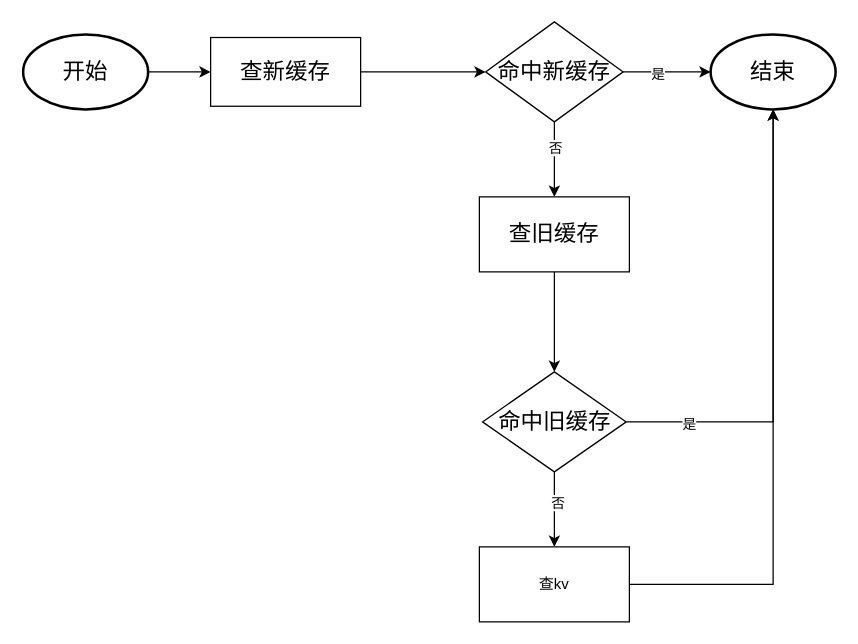
chuchugao2/graph keeps this draw.io diagram as page "缓存流程图" (4 of 4) of CaseStudy.drawio. Above is the earlier version. Source tidied: cells renumbered, new cells numbered last; positions are measured from the earlier drawing's top-left corner, leaving out a move shared by most shapes. Both pictures are drawn from the tidied source at 125%, with x=0, y=0 at pixel (22, 21).
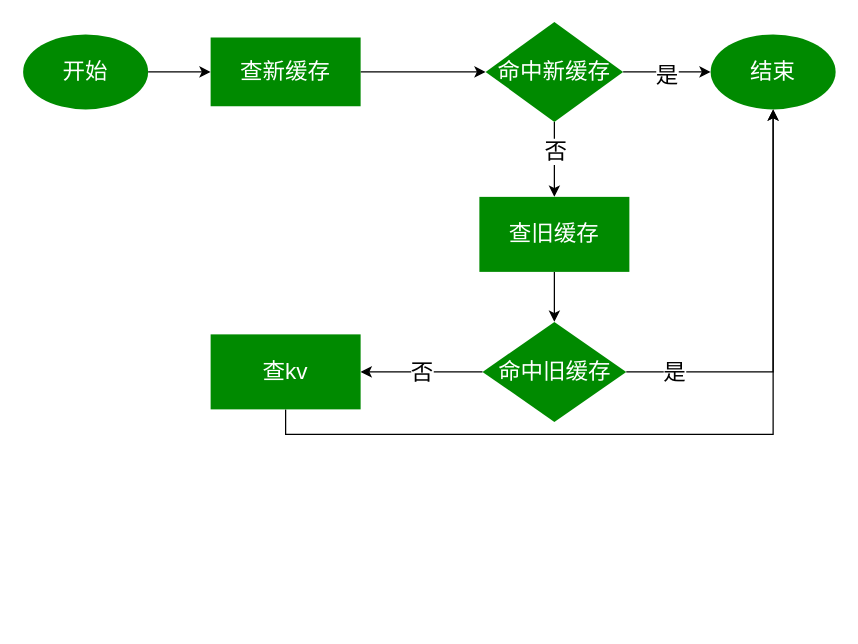
Above is the later version.

Diff of the diagram source:
```diff
@@
-    <mxCell id="2" style="edgeStyle=orthogonalEdgeStyle;rounded=0;jettySize=auto;html=1;exitX=1;exitY=0.5;exitDx=0;exitDy=0;exitPerimeter=0;" parent="1" edge="1" source="3" target="5">
+    <mxCell id="2" style="edgeStyle=orthogonalEdgeStyle;rounded=0;jettySize=auto;html=1;exitX=1;exitY=0.5;exitDx=0;exitDy=0;exitPerimeter=0;fontSize=18;" parent="1" edge="1" source="3" target="5">
       <mxGeometry relative="1" as="geometry" />
     </mxCell>
-    <mxCell id="3" value="开始" style="strokeWidth=2;html=1;shape=mxgraph.flowchart.start_1;whiteSpace=wrap;fontSize=18;" parent="1" vertex="1">
+    <mxCell id="3" value="&lt;font style=&quot;color: light-dark(rgb(255, 255, 255), rgb(237, 237, 237));&quot;&gt;开始&lt;/font&gt;" style="strokeWidth=2;html=1;shape=mxgraph.flowchart.start_1;whiteSpace=wrap;fontSize=18;labelBackgroundColor=none;fillColor=light-dark(#008a00, #57ad68);fontColor=default;strokeColor=none;labelBorderColor=none;" parent="1" vertex="1">
       <mxGeometry y="10" width="100" height="60" as="geometry" />
     </mxCell>
-    <mxCell id="4" style="edgeStyle=orthogonalEdgeStyle;rounded=0;jettySize=auto;html=1;" parent="1" edge="1" source="5" target="10">
+    <mxCell id="4" style="edgeStyle=orthogonalEdgeStyle;rounded=0;jettySize=auto;html=1;exitX=1;exitY=0.5;exitDx=0;exitDy=0;fontSize=18;strokeWidth=1;" parent="1" edge="1" source="5" target="10">
       <mxGeometry relative="1" as="geometry" />
     </mxCell>
-    <mxCell id="5" value="查新缓存" style="rounded=0;whiteSpace=wrap;html=1;fontSize=18;" parent="1" vertex="1">
+    <mxCell id="5" value="&lt;font style=&quot;color: light-dark(rgb(255, 255, 255), rgb(237, 237, 237));&quot;&gt;查新缓存&lt;/font&gt;" style="rounded=0;whiteSpace=wrap;html=1;fontSize=18;fillColor=light-dark(#008a00, #57ad68);strokeWidth=2;align=center;verticalAlign=middle;fontFamily=Helvetica;fontColor=default;labelBorderColor=none;labelBackgroundColor=none;strokeColor=none;" parent="1" vertex="1">
       <mxGeometry x="150" y="12.5" width="120" height="55" as="geometry" />
     </mxCell>
-    <mxCell id="6" style="edgeStyle=orthogonalEdgeStyle;rounded=0;jettySize=auto;html=1;exitX=1;exitY=0.5;exitDx=0;exitDy=0;" parent="1" edge="1" source="10">
-      <mxGeometry relative="1" as="geometry">
-        <mxPoint x="550" y="40" as="targetPoint" />
-      </mxGeometry>
-    </mxCell>
-    <mxCell id="7" value="是" style="edgeLabel;html=1;align=center;verticalAlign=middle;" parent="6" vertex="1">
-      <mxGeometry x="0.17" y="-1" relative="1" as="geometry">
-        <mxPoint x="-13" as="offset" />
-      </mxGeometry>
-    </mxCell>
+    <mxCell id="21" style="edgeStyle=orthogonalEdgeStyle;rounded=0;jettySize=auto;html=1;exitX=1;exitY=0.5;exitDx=0;exitDy=0;fontSize=18;" parent="1" edge="1" source="10" target="11">
+      <mxGeometry relative="1" as="geometry" />
+    </mxCell>
+    <mxCell id="22" value="是" style="edgeLabel;html=1;align=center;verticalAlign=middle;fontSize=18;" parent="21" vertex="1">
+      <mxGeometry x="-0.03" y="-2" relative="1" as="geometry" />
+    </mxCell>
-    <mxCell id="8" style="edgeStyle=orthogonalEdgeStyle;rounded=0;jettySize=auto;html=1;" parent="1" edge="1" source="10" target="13">
+    <mxCell id="8" style="edgeStyle=orthogonalEdgeStyle;rounded=0;jettySize=auto;html=1;exitX=0.5;exitY=1;exitDx=0;exitDy=0;entryX=0.5;entryY=0;entryDx=0;entryDy=0;fontSize=18;" parent="1" edge="1" source="10" target="13">
       <mxGeometry relative="1" as="geometry" />
     </mxCell>
-    <mxCell id="9" value="否" style="edgeLabel;html=1;align=center;verticalAlign=middle;" parent="8" vertex="1">
-      <mxGeometry x="-0.33" relative="1" as="geometry" />
-    </mxCell>
+    <mxCell id="23" value="否" style="edgeLabel;html=1;align=center;verticalAlign=middle;fontSize=18;" parent="8" vertex="1">
+      <mxGeometry x="-0.23" relative="1" as="geometry" />
+    </mxCell>
-    <mxCell id="10" value="命中新缓存" style="rhombus;whiteSpace=wrap;html=1;fontSize=18;rounded=0;" parent="1" vertex="1">
+    <mxCell id="10" value="&lt;font style=&quot;color: rgb(255, 255, 255);&quot;&gt;命中新缓存&lt;/font&gt;" style="rhombus;whiteSpace=wrap;html=1;fontSize=18;rounded=0;fillColor=light-dark(#008a00, #57ad68);strokeColor=none;align=center;verticalAlign=middle;fontFamily=Helvetica;fontColor=default;strokeWidth=2;labelBorderColor=none;labelBackgroundColor=none;" parent="1" vertex="1">
       <mxGeometry x="370" width="110" height="80" as="geometry" />
     </mxCell>
-    <mxCell id="11" value="结束" style="strokeWidth=2;html=1;shape=mxgraph.flowchart.start_1;whiteSpace=wrap;fontSize=18;" parent="1" vertex="1">
+    <mxCell id="11" value="&lt;font style=&quot;color: light-dark(rgb(255, 255, 255), rgb(237, 237, 237));&quot;&gt;结束&lt;/font&gt;" style="strokeWidth=2;html=1;shape=mxgraph.flowchart.start_1;whiteSpace=wrap;fontSize=18;rounded=0;strokeColor=none;align=center;verticalAlign=middle;fontFamily=Helvetica;fontColor=default;fillColor=light-dark(#008a00, #57ad68);labelBorderColor=none;labelBackgroundColor=none;" parent="1" vertex="1">
       <mxGeometry x="550" y="10" width="100" height="60" as="geometry" />
     </mxCell>
-    <mxCell id="12" style="edgeStyle=orthogonalEdgeStyle;rounded=0;jettySize=auto;html=1;" parent="1" edge="1" source="13" target="18">
+    <mxCell id="12" style="edgeStyle=orthogonalEdgeStyle;rounded=0;jettySize=auto;html=1;exitX=0.5;exitY=1;exitDx=0;exitDy=0;entryX=0.5;entryY=0;entryDx=0;entryDy=0;fontSize=18;" parent="1" edge="1" source="13" target="18">
       <mxGeometry relative="1" as="geometry" />
     </mxCell>
-    <mxCell id="13" value="查旧缓存" style="rounded=0;whiteSpace=wrap;html=1;fontSize=18;" parent="1" vertex="1">
+    <mxCell id="13" value="&lt;font style=&quot;color: light-dark(rgb(255, 255, 255), rgb(237, 237, 237));&quot;&gt;查旧缓存&lt;/font&gt;" style="rounded=0;whiteSpace=wrap;html=1;fontSize=18;strokeColor=none;align=center;verticalAlign=middle;fontFamily=Helvetica;fontColor=default;fillColor=light-dark(#008a00, #57ad68);strokeWidth=2;labelBorderColor=none;labelBackgroundColor=none;" parent="1" vertex="1">
       <mxGeometry x="365" y="140" width="120" height="60" as="geometry" />
     </mxCell>
-    <mxCell id="14" style="edgeStyle=orthogonalEdgeStyle;rounded=0;jettySize=auto;html=1;" parent="1" edge="1" source="18" target="11">
+    <mxCell id="14" style="edgeStyle=orthogonalEdgeStyle;rounded=0;jettySize=auto;html=1;exitX=1;exitY=0.5;exitDx=0;exitDy=0;fontSize=18;" parent="1" edge="1" source="18" target="11">
       <mxGeometry relative="1" as="geometry" />
     </mxCell>
-    <mxCell id="15" value="是" style="edgeLabel;html=1;align=center;verticalAlign=middle;" parent="14" vertex="1">
-      <mxGeometry x="-0.73" y="-1" relative="1" as="geometry" />
-    </mxCell>
-    <mxCell id="16" style="edgeStyle=orthogonalEdgeStyle;rounded=0;jettySize=auto;html=1;exitX=0.5;exitY=1;exitDx=0;exitDy=0;" parent="1" edge="1" source="18">
-      <mxGeometry relative="1" as="geometry">
-        <mxPoint x="425" y="420" as="targetPoint" />
-      </mxGeometry>
-    </mxCell>
-    <mxCell id="17" value="否" style="edgeLabel;html=1;align=center;verticalAlign=middle;" parent="16" vertex="1">
-      <mxGeometry x="-0.2" y="2" relative="1" as="geometry" />
-    </mxCell>
+    <mxCell id="24" value="是" style="edgeLabel;html=1;align=center;verticalAlign=middle;fontSize=18;" parent="14" vertex="1">
+      <mxGeometry x="-0.77" relative="1" as="geometry" />
+    </mxCell>
+    <mxCell id="25" style="edgeStyle=orthogonalEdgeStyle;rounded=0;jettySize=auto;html=1;exitX=0;exitY=0.5;exitDx=0;exitDy=0;" parent="1" edge="1" source="18" target="19">
+      <mxGeometry relative="1" as="geometry" />
+    </mxCell>
+    <mxCell id="26" value="否" style="edgeLabel;html=1;align=center;verticalAlign=middle;fontSize=18;" parent="25" vertex="1">
+      <mxGeometry x="0.02" relative="1" as="geometry">
+        <mxPoint x="1" as="offset" />
+      </mxGeometry>
+    </mxCell>
-    <mxCell id="18" value="命中旧缓存" style="rhombus;whiteSpace=wrap;html=1;fontSize=18;rounded=0;" parent="1" vertex="1">
-      <mxGeometry x="367.5" y="280" width="115" height="80" as="geometry" />
+    <mxCell id="18" value="&lt;font style=&quot;color: light-dark(rgb(255, 255, 255), rgb(237, 237, 237));&quot;&gt;命中旧缓存&lt;/font&gt;" style="rhombus;whiteSpace=wrap;html=1;fontSize=18;rounded=0;strokeColor=none;align=center;verticalAlign=middle;fontFamily=Helvetica;fontColor=default;fillColor=light-dark(#008a00, #57ad68);strokeWidth=2;labelBorderColor=none;labelBackgroundColor=none;" parent="1" vertex="1">
+      <mxGeometry x="367.5" y="240" width="115" height="80" as="geometry" />
     </mxCell>
+    <mxCell id="20" style="edgeStyle=orthogonalEdgeStyle;rounded=0;jettySize=auto;html=1;exitX=0.5;exitY=1;exitDx=0;exitDy=0;entryX=0.5;entryY=1;entryDx=0;entryDy=0;entryPerimeter=0;" parent="1" edge="1" source="19" target="11">
+      <mxGeometry relative="1" as="geometry" />
+    </mxCell>
-    <mxCell id="19" value="查kv" style="rounded=0;whiteSpace=wrap;html=1;" parent="1" vertex="1">
-      <mxGeometry x="365" y="420" width="120" height="60" as="geometry" />
+    <mxCell id="19" value="&lt;font style=&quot;color: light-dark(rgb(255, 255, 255), rgb(237, 237, 237));&quot;&gt;查kv&lt;/font&gt;" style="rounded=0;whiteSpace=wrap;html=1;fontSize=18;strokeColor=none;align=center;verticalAlign=middle;fontFamily=Helvetica;fontColor=default;fillColor=light-dark(#008a00, #57ad68);strokeWidth=2;labelBorderColor=none;labelBackgroundColor=none;" parent="1" vertex="1">
+      <mxGeometry x="150" y="250" width="120" height="60" as="geometry" />
     </mxCell>
-    <mxCell id="20" style="edgeStyle=orthogonalEdgeStyle;rounded=0;jettySize=auto;html=1;exitX=1;exitY=0.5;exitDx=0;exitDy=0;entryX=0.5;entryY=1;entryDx=0;entryDy=0;entryPerimeter=0;" parent="1" edge="1" source="19" target="11">
-      <mxGeometry relative="1" as="geometry" />
-    </mxCell>
```
